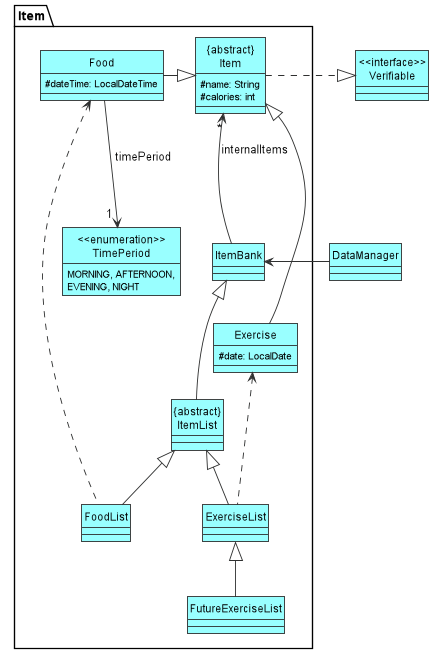
This is docs/images/ItemBankAndItemClassDiagram.png from tryyang2001/tp, a PlantUML export, as it was before one commit.
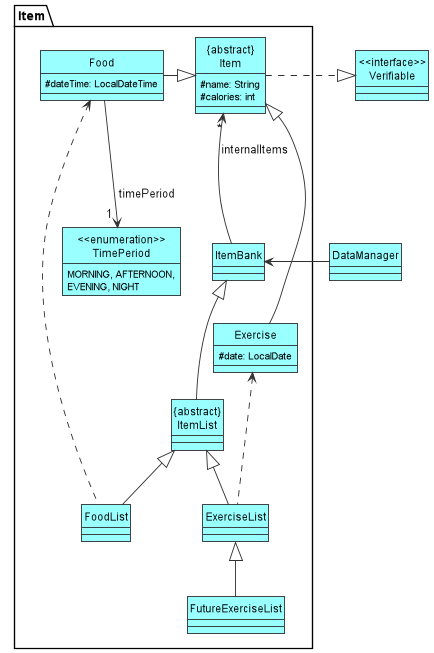
The same diagram one commit later.

Commit message:
update aboutus make all headers bolded in dg updates itembank class diagram

What changed in the source:
```diff
@@ -43,7 +43,7 @@
 Item <|-left- Food
 Item <|-- Exercise
 Item "*" <-- ItemBank: "internalItems\n\n\n"
-TimePeriod "1 " <-up- Food : "timePeriod\n\n"
+TimePeriod "1 " <-up- Food : "\n\n\n timePeriod"
 
 Food <.. FoodList
 Exercise <.. ExerciseList
```
